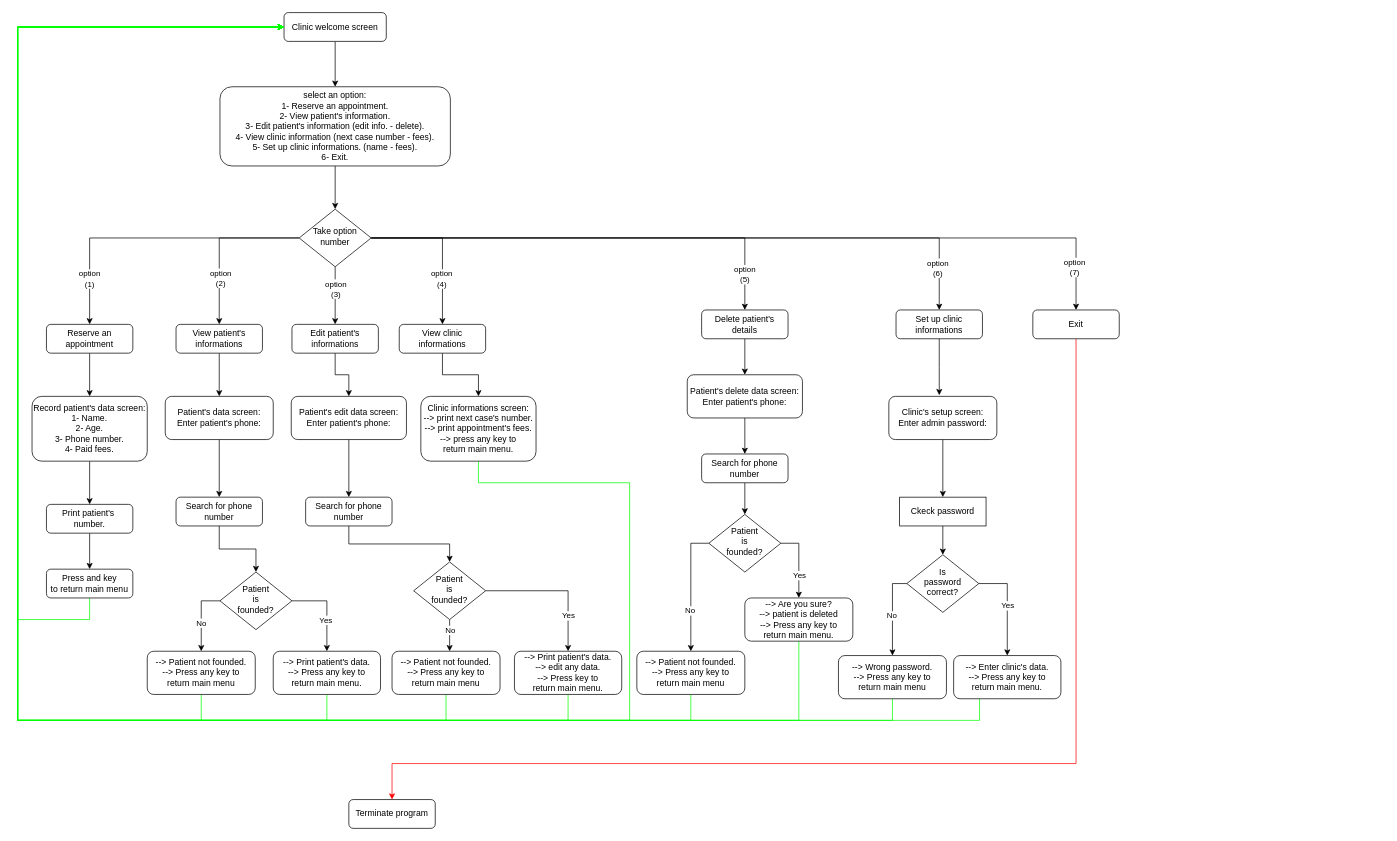
Before: projects/clinic_reservation_system/clinic_reservation_system.drawio in Mohamed-yasser-eisa/C-programming, a draw.io diagram. Source tidied: cells renumbered, new cells numbered last; positions are measured from the earlier drawing's top-left corner, leaving out a move shared by most shapes. Both pictures are drawn from the tidied source at 72%, with x=0, y=0 at pixel (17, 12).
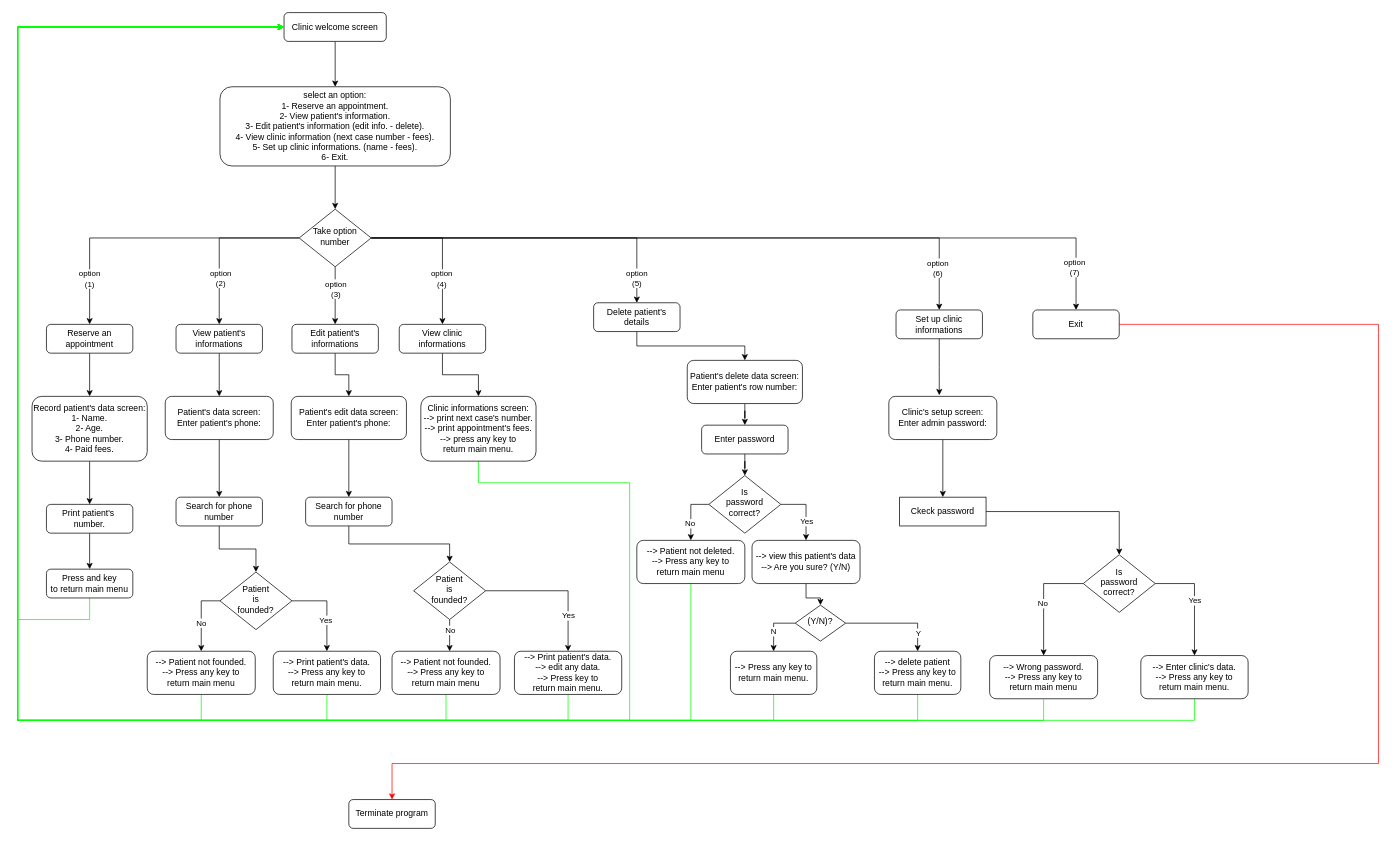
After the change.

The change refers to these unchanged cells:
```xml
<mxCell id="3" value="Clinic welcome screen" style="rounded=1;whiteSpace=wrap;html=1;fontSize=12;glass=0;strokeWidth=1;shadow=0;" parent="1" vertex="1">
  <mxGeometry x="370" width="142" height="40" as="geometry" />
</mxCell>
<mxCell id="37" value="Exit" style="rounded=1;whiteSpace=wrap;html=1;fontSize=12;glass=0;strokeWidth=1;shadow=0;" parent="1" vertex="1">
  <mxGeometry x="1410" y="413" width="120" height="40" as="geometry" />
</mxCell>
<mxCell id="80" value="Terminate program" style="rounded=1;whiteSpace=wrap;html=1;fontSize=12;glass=0;strokeWidth=1;shadow=0;" parent="1" vertex="1">
  <mxGeometry x="460" y="1093" width="120" height="40" as="geometry" />
</mxCell>
```

Diff of the diagram source:
```diff
@@
     <mxCell id="36" style="edgeStyle=orthogonalEdgeStyle;rounded=0;jettySize=auto;html=1;entryX=0.5;entryY=0;entryDx=0;entryDy=0;strokeColor=#FF0000;" parent="1" edge="1" source="37" target="80">
       <mxGeometry relative="1" as="geometry">
         <Array as="points">
-          <mxPoint x="1470" y="1043" />
+          <mxPoint x="1890" y="433" />
+          <mxPoint x="1890" y="1043" />
           <mxPoint x="520" y="1043" />
         </Array>
       </mxGeometry>
     </mxCell>
@@
-    <mxCell id="71" style="edgeStyle=orthogonalEdgeStyle;rounded=0;jettySize=auto;html=1;entryX=0;entryY=0.5;entryDx=0;entryDy=0;strokeColor=#00FF00;" parent="1" edge="1" source="72" target="3">
-      <mxGeometry relative="1" as="geometry">
-        <Array as="points">
-          <mxPoint x="1215" y="983" />
-          <mxPoint y="983" />
-          <mxPoint y="20" />
-        </Array>
-      </mxGeometry>
-    </mxCell>
     <mxCell id="72" value="--&amp;gt; Wrong password.&lt;br&gt;--&amp;gt; Press any key to&lt;br&gt;return main menu" style="rounded=1;whiteSpace=wrap;html=1;fontSize=12;glass=0;strokeWidth=1;shadow=0;" parent="1" vertex="1">
-      <mxGeometry x="1140" y="893" width="150" height="60" as="geometry" />
+      <mxGeometry x="1350" y="893" width="150" height="60" as="geometry" />
     </mxCell>
     <mxCell id="73" style="edgeStyle=orthogonalEdgeStyle;rounded=0;jettySize=auto;html=1;entryX=0;entryY=0.5;entryDx=0;entryDy=0;strokeColor=#00FF00;" parent="1" edge="1" source="74" target="3">
       <mxGeometry relative="1" as="geometry">
         <Array as="points">
-          <mxPoint x="1336" y="983" />
+          <mxPoint x="1635" y="983" />
           <mxPoint y="983" />
           <mxPoint y="20" />
         </Array>
       </mxGeometry>
     </mxCell>
     <mxCell id="74" value="--&amp;gt; Enter clinic's data.&lt;br&gt;--&amp;gt; Press any key to&lt;br&gt;return main menu." style="rounded=1;whiteSpace=wrap;html=1;fontSize=12;glass=0;strokeWidth=1;shadow=0;" parent="1" vertex="1">
-      <mxGeometry x="1300" y="893" width="149" height="60" as="geometry" />
+      <mxGeometry x="1560" y="893" width="149" height="60" as="geometry" />
     </mxCell>
@@
     <mxCell id="79" value="Is&lt;br&gt;password&lt;br&gt;correct?" style="rhombus;whiteSpace=wrap;html=1;shadow=0;fontFamily=Helvetica;fontSize=12;align=center;strokeWidth=1;spacing=6;spacingTop=-4;" parent="1" vertex="1">
-      <mxGeometry x="1235" y="753" width="100" height="80" as="geometry" />
+      <mxGeometry x="1480" y="753" width="100" height="80" as="geometry" />
     </mxCell>
@@
-    <mxCell id="81" style="edgeStyle=orthogonalEdgeStyle;rounded=0;jettySize=auto;html=1;entryX=0.5;entryY=0;entryDx=0;entryDy=0;" parent="1" edge="1" source="82" target="84">
+    <mxCell id="81" style="edgeStyle=orthogonalEdgeStyle;rounded=0;jettySize=auto;html=1;entryX=0.5;entryY=0;entryDx=0;entryDy=0;exitX=0.5;exitY=1;exitDx=0;exitDy=0;" parent="1" edge="1" source="82" target="84">
       <mxGeometry relative="1" as="geometry" />
     </mxCell>
     <mxCell id="82" value="Delete patient's&lt;br&gt;details" style="rounded=1;whiteSpace=wrap;html=1;fontSize=12;glass=0;strokeWidth=1;shadow=0;" parent="1" vertex="1">
-      <mxGeometry x="950" y="413" width="120" height="40" as="geometry" />
+      <mxGeometry x="800" y="403" width="120" height="40" as="geometry" />
     </mxCell>
@@
-    <mxCell id="84" value="Patient's delete data screen:&lt;br&gt;Enter patient's phone:" style="rounded=1;whiteSpace=wrap;html=1;fontSize=12;glass=0;strokeWidth=1;shadow=0;" parent="1" vertex="1">
-      <mxGeometry x="930" y="503" width="160" height="60" as="geometry" />
+    <mxCell id="84" value="Patient's delete data screen:&lt;br&gt;Enter patient's row number:" style="rounded=1;whiteSpace=wrap;html=1;fontSize=12;glass=0;strokeWidth=1;shadow=0;" parent="1" vertex="1">
+      <mxGeometry x="930" y="483" width="160" height="60" as="geometry" />
     </mxCell>
@@
-    <mxCell id="86" value="Search for phone&lt;br&gt;number" style="rounded=1;whiteSpace=wrap;html=1;fontSize=12;glass=0;strokeWidth=1;shadow=0;" parent="1" vertex="1">
-      <mxGeometry x="950" y="613" width="120" height="40" as="geometry" />
+    <mxCell id="86" value="Enter password" style="rounded=1;whiteSpace=wrap;html=1;fontSize=12;glass=0;strokeWidth=1;shadow=0;" parent="1" vertex="1">
+      <mxGeometry x="950" y="573" width="120" height="40" as="geometry" />
     </mxCell>
@@
-    <mxCell id="91" value="Patient&lt;br&gt;is&lt;br&gt;founded?" style="rhombus;whiteSpace=wrap;html=1;shadow=0;fontFamily=Helvetica;fontSize=12;align=center;strokeWidth=1;spacing=6;spacingTop=-4;" parent="1" vertex="1">
-      <mxGeometry x="960" y="697" width="100" height="80" as="geometry" />
+    <mxCell id="91" value="Is&lt;br&gt;password&lt;br&gt;correct?" style="rhombus;whiteSpace=wrap;html=1;shadow=0;fontFamily=Helvetica;fontSize=12;align=center;strokeWidth=1;spacing=6;spacingTop=-4;" parent="1" vertex="1">
+      <mxGeometry x="960" y="643" width="100" height="80" as="geometry" />
     </mxCell>
-    <mxCell id="92" style="edgeStyle=orthogonalEdgeStyle;rounded=0;jettySize=auto;html=1;entryX=0;entryY=0.5;entryDx=0;entryDy=0;strokeColor=#00FF00;" parent="1" edge="1" source="93" target="3">
+    <mxCell id="92" style="edgeStyle=orthogonalEdgeStyle;rounded=0;jettySize=auto;html=1;entryX=0;entryY=0.5;entryDx=0;entryDy=0;strokeColor=#00FF00;exitX=0.5;exitY=1;exitDx=0;exitDy=0;" parent="1" edge="1" source="72" target="3">
       <mxGeometry relative="1" as="geometry">
         <Array as="points">
-          <mxPoint x="1085" y="983" />
+          <mxPoint x="1425" y="983" />
           <mxPoint y="983" />
           <mxPoint y="20" />
         </Array>
       </mxGeometry>
     </mxCell>
+    <mxCell id="96" style="edgeStyle=orthogonalEdgeStyle;rounded=0;jettySize=auto;html=1;entryX=0.5;entryY=0;entryDx=0;entryDy=0;" parent="1" edge="1" source="93" target="101">
+      <mxGeometry relative="1" as="geometry" />
+    </mxCell>
-    <mxCell id="93" value="--&amp;gt; Are you sure?&lt;br&gt;--&amp;gt; patient is deleted&lt;br&gt;--&amp;gt; Press any key to&lt;br&gt;return main menu." style="rounded=1;whiteSpace=wrap;html=1;fontSize=12;glass=0;strokeWidth=1;shadow=0;" parent="1" vertex="1">
-      <mxGeometry x="1010" y="813" width="150" height="60" as="geometry" />
+    <mxCell id="93" value="--&amp;gt; view this patient's data&lt;br&gt;--&amp;gt; Are you sure? (Y/N)" style="rounded=1;whiteSpace=wrap;html=1;fontSize=12;glass=0;strokeWidth=1;shadow=0;" parent="1" vertex="1">
+      <mxGeometry x="1020" y="733" width="150" height="60" as="geometry" />
     </mxCell>
@@
-    <mxCell id="95" value="--&amp;gt; Patient not founded.&lt;br&gt;--&amp;gt; Press any key to&lt;br&gt;return main menu" style="rounded=1;whiteSpace=wrap;html=1;fontSize=12;glass=0;strokeWidth=1;shadow=0;" parent="1" vertex="1">
-      <mxGeometry x="860" y="887" width="150" height="60" as="geometry" />
+    <mxCell id="95" value="--&amp;gt; Patient not deleted.&lt;br&gt;--&amp;gt; Press any key to&lt;br&gt;return main menu" style="rounded=1;whiteSpace=wrap;html=1;fontSize=12;glass=0;strokeWidth=1;shadow=0;" parent="1" vertex="1">
+      <mxGeometry x="860" y="733" width="150" height="60" as="geometry" />
     </mxCell>
+    <mxCell id="97" style="edgeStyle=orthogonalEdgeStyle;rounded=0;jettySize=auto;html=1;entryX=0.5;entryY=0;entryDx=0;entryDy=0;" parent="1" edge="1" source="101" target="103">
+      <mxGeometry relative="1" as="geometry" />
+    </mxCell>
+    <mxCell id="98" value="Y" style="edgeLabel;html=1;align=center;verticalAlign=middle;" parent="97" vertex="1">
+      <mxGeometry x="0.62" relative="1" as="geometry" />
+    </mxCell>
+    <mxCell id="99" style="edgeStyle=orthogonalEdgeStyle;rounded=0;jettySize=auto;html=1;exitX=0;exitY=0.5;exitDx=0;exitDy=0;entryX=0.5;entryY=0;entryDx=0;entryDy=0;" parent="1" edge="1" source="101" target="105">
+      <mxGeometry relative="1" as="geometry" />
+    </mxCell>
+    <mxCell id="100" value="N" style="edgeLabel;html=1;align=center;verticalAlign=middle;" parent="99" vertex="1">
+      <mxGeometry x="0.2" y="1" relative="1" as="geometry">
+        <mxPoint x="-2" as="offset" />
+      </mxGeometry>
+    </mxCell>
+    <mxCell id="101" value="(Y/N)?" style="rhombus;whiteSpace=wrap;html=1;shadow=0;fontFamily=Helvetica;fontSize=12;align=center;strokeWidth=1;spacing=6;spacingTop=-4;" parent="1" vertex="1">
+      <mxGeometry x="1080" y="823" width="70" height="50" as="geometry" />
+    </mxCell>
+    <mxCell id="102" style="edgeStyle=orthogonalEdgeStyle;rounded=0;jettySize=auto;html=1;entryX=0;entryY=0.5;entryDx=0;entryDy=0;strokeColor=#00FF00;" parent="1" edge="1" source="103" target="3">
+      <mxGeometry relative="1" as="geometry">
+        <Array as="points">
+          <mxPoint x="1250" y="983" />
+          <mxPoint y="983" />
+          <mxPoint y="20" />
+        </Array>
+      </mxGeometry>
+    </mxCell>
+    <mxCell id="103" value="--&amp;gt; delete patient&lt;br&gt;--&amp;gt; Press any key to&lt;br&gt;return main menu." style="rounded=1;whiteSpace=wrap;html=1;fontSize=12;glass=0;strokeWidth=1;shadow=0;" parent="1" vertex="1">
+      <mxGeometry x="1190" y="887" width="120" height="60" as="geometry" />
+    </mxCell>
+    <mxCell id="104" style="edgeStyle=orthogonalEdgeStyle;rounded=0;jettySize=auto;html=1;strokeColor=#00FF00;entryX=0;entryY=0.5;entryDx=0;entryDy=0;" parent="1" edge="1" source="105" target="3">
+      <mxGeometry relative="1" as="geometry">
+        <Array as="points">
+          <mxPoint x="1050" y="983" />
+          <mxPoint y="983" />
+          <mxPoint y="20" />
+        </Array>
+      </mxGeometry>
+    </mxCell>
+    <mxCell id="105" value="--&amp;gt; Press any key to&lt;br&gt;return main menu." style="rounded=1;whiteSpace=wrap;html=1;fontSize=12;glass=0;strokeWidth=1;shadow=0;" parent="1" vertex="1">
+      <mxGeometry x="990" y="887" width="120" height="60" as="geometry" />
+    </mxCell>
```
